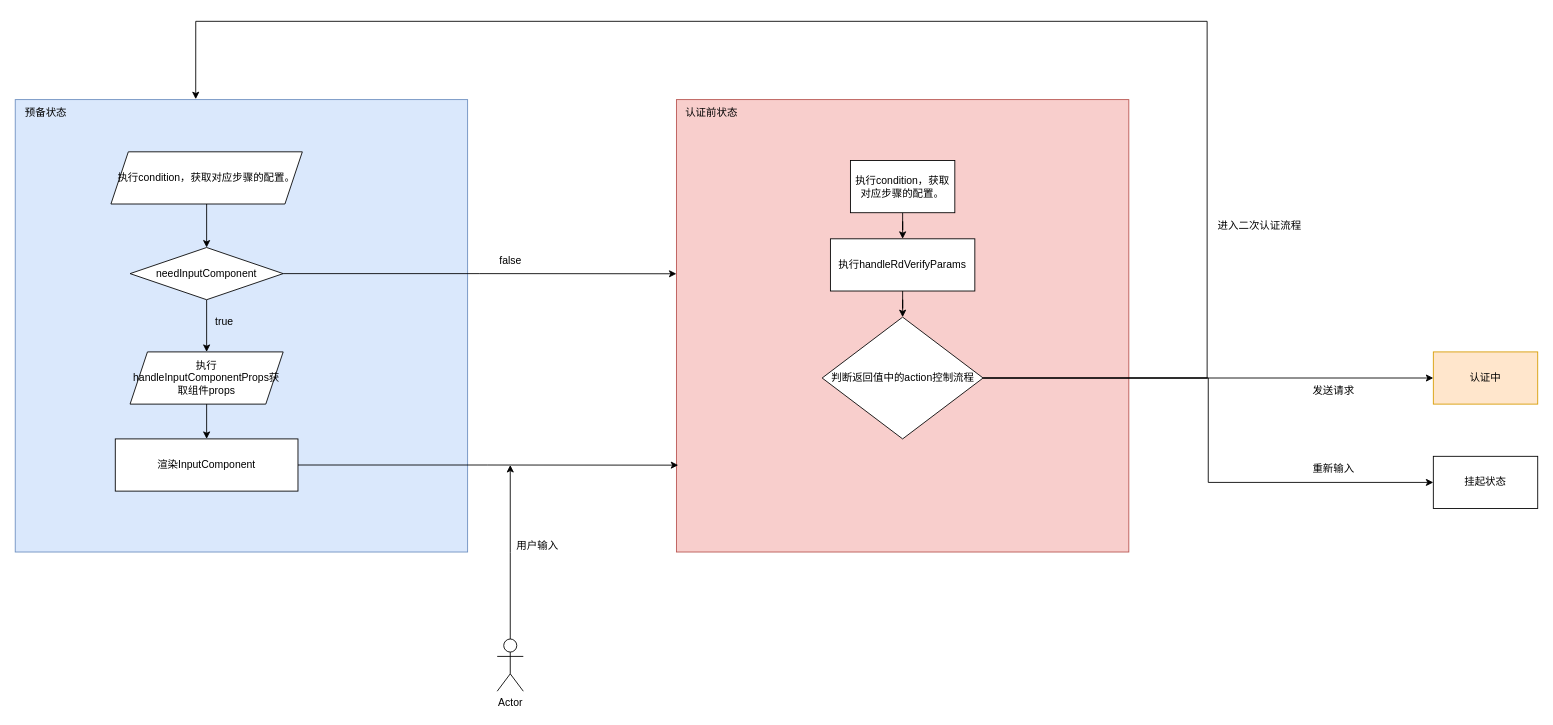
RexYao97/sfrex keeps this draw.io diagram as page "第 8 页" (8 of 11) of useVerify/状态机.drawio. Above is the earlier version. Source tidied: cells renumbered, new cells numbered last; positions are measured from the earlier drawing's top-left corner, leaving out a move shared by most shapes. Both pictures are drawn from the tidied source at 87%, with x=0, y=0 at pixel (15, 21).
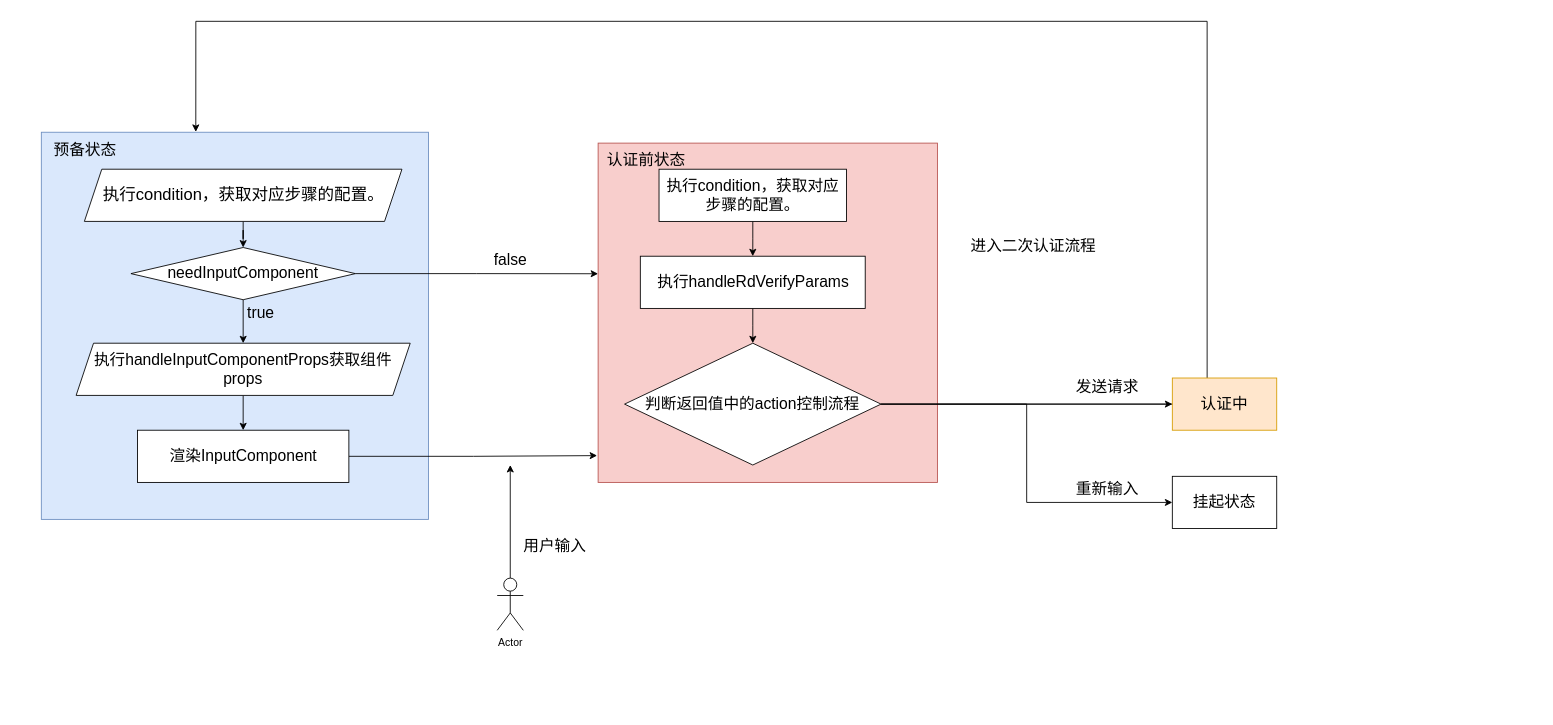
Above is the later version.

What changed in the source:
```diff
@@
     <mxCell id="2" style="whiteSpace=wrap;html=1;fillColor=#dae8fc;strokeColor=#6c8ebf;rounded=0;" parent="1" vertex="1">
-      <mxGeometry y="90" width="520" height="520" as="geometry" />
+      <mxGeometry x="30" y="127.5" width="445" height="445" as="geometry" />
     </mxCell>
-    <mxCell id="3" value="预备状态" style="text;html=1;align=center;verticalAlign=middle;strokeColor=none;fillColor=none;" parent="1" vertex="1">
-      <mxGeometry y="90" width="70" height="30" as="geometry" />
+    <mxCell id="3" value="预备状态" style="text;html=1;align=center;verticalAlign=middle;strokeColor=none;fillColor=none;fontSize=18;" parent="1" vertex="1">
+      <mxGeometry x="30" y="127.5" width="100" height="40" as="geometry" />
     </mxCell>
@@
-    <mxCell id="5" value="执行condition，获取对应步骤的配置。" style="rounded=0;whiteSpace=wrap;html=1;shape=parallelogram;perimeter=parallelogramPerimeter;fixedSize=1;" parent="1" vertex="1">
-      <mxGeometry x="110" y="150" width="220" height="60" as="geometry" />
+    <mxCell id="5" value="执行condition，获取对应步骤的配置。" style="rounded=0;whiteSpace=wrap;html=1;shape=parallelogram;perimeter=parallelogramPerimeter;fixedSize=1;fontSize=19;" parent="1" vertex="1">
+      <mxGeometry x="79.5" y="170" width="365" height="60" as="geometry" />
     </mxCell>
@@
-    <mxCell id="8" value="needInputComponent" style="whiteSpace=wrap;html=1;rounded=0;shape=rhombus;perimeter=rhombusPerimeter;" parent="1" vertex="1">
-      <mxGeometry x="132" y="260" width="176" height="60" as="geometry" />
+    <mxCell id="8" value="needInputComponent" style="whiteSpace=wrap;html=1;rounded=0;shape=rhombus;perimeter=rhombusPerimeter;fontSize=18;" parent="1" vertex="1">
+      <mxGeometry x="133" y="260" width="258" height="60" as="geometry" />
     </mxCell>
     <mxCell id="9" style="whiteSpace=wrap;html=1;fillColor=#f8cecc;strokeColor=#b85450;rounded=0;" parent="1" vertex="1">
-      <mxGeometry x="760" y="90" width="520" height="520" as="geometry" />
+      <mxGeometry x="670" y="140" width="390" height="390" as="geometry" />
     </mxCell>
-    <mxCell id="10" value="认证前状态" style="text;html=1;align=center;verticalAlign=middle;strokeColor=none;fillColor=none;" parent="1" vertex="1">
-      <mxGeometry x="760" y="90" width="80" height="30" as="geometry" />
+    <mxCell id="10" value="认证前状态" style="text;html=1;align=center;verticalAlign=middle;strokeColor=none;fillColor=none;fontSize=18;" parent="1" vertex="1">
+      <mxGeometry x="670" y="140" width="110" height="40" as="geometry" />
     </mxCell>
-    <mxCell id="11" style="edgeStyle=orthogonalEdgeStyle;rounded=0;jettySize=auto;html=1;entryX=0.5;entryY=0;entryDx=0;entryDy=0;" parent="1" edge="1" source="12" target="14">
+    <mxCell id="11" style="edgeStyle=orthogonalEdgeStyle;rounded=0;jettySize=auto;html=1;entryX=0.5;entryY=0;entryDx=0;entryDy=0;fontSize=18;" parent="1" edge="1" source="12" target="14">
       <mxGeometry relative="1" as="geometry" />
     </mxCell>
-    <mxCell id="12" value="执行condition，获取对应步骤的配置。" style="rounded=0;whiteSpace=wrap;html=1;" parent="1" vertex="1">
-      <mxGeometry x="960" y="160" width="120" height="60" as="geometry" />
+    <mxCell id="12" value="执行condition，获取对应步骤的配置。" style="rounded=0;whiteSpace=wrap;html=1;fontSize=18;" parent="1" vertex="1">
+      <mxGeometry x="740" y="170" width="215.5" height="60" as="geometry" />
     </mxCell>
-    <mxCell id="13" style="edgeStyle=orthogonalEdgeStyle;rounded=0;jettySize=auto;html=1;" parent="1" edge="1" source="14" target="27">
+    <mxCell id="13" style="edgeStyle=orthogonalEdgeStyle;rounded=0;jettySize=auto;html=1;fontSize=18;" parent="1" edge="1" source="14" target="27">
       <mxGeometry relative="1" as="geometry" />
     </mxCell>
-    <mxCell id="14" value="执行handleRdVerifyParams" style="whiteSpace=wrap;html=1;rounded=0;" parent="1" vertex="1">
-      <mxGeometry x="937" y="250" width="166" height="60" as="geometry" />
+    <mxCell id="14" value="执行handleRdVerifyParams" style="whiteSpace=wrap;html=1;rounded=0;fontSize=18;" parent="1" vertex="1">
+      <mxGeometry x="718.5" y="270" width="258.5" height="60" as="geometry" />
     </mxCell>
@@
-    <mxCell id="16" value="执行handleInputComponentProps获取组件props" style="whiteSpace=wrap;html=1;rounded=0;shape=parallelogram;perimeter=parallelogramPerimeter;fixedSize=1;" parent="1" vertex="1">
-      <mxGeometry x="132" y="380" width="176" height="60" as="geometry" />
+    <mxCell id="16" value="执行handleInputComponentProps获取组件props" style="whiteSpace=wrap;html=1;rounded=0;shape=parallelogram;perimeter=parallelogramPerimeter;fixedSize=1;fontSize=18;" parent="1" vertex="1">
+      <mxGeometry x="70" y="370" width="384" height="60" as="geometry" />
     </mxCell>
-    <mxCell id="17" value="true" style="text;html=1;align=center;verticalAlign=middle;strokeColor=none;fillColor=none;" parent="1" vertex="1">
-      <mxGeometry x="220" y="330" width="40" height="30" as="geometry" />
+    <mxCell id="17" value="true" style="text;html=1;align=center;verticalAlign=middle;strokeColor=none;fillColor=none;fontSize=18;" parent="1" vertex="1">
+      <mxGeometry x="257" y="315" width="50" height="40" as="geometry" />
     </mxCell>
-    <mxCell id="18" value="false" style="text;html=1;align=center;verticalAlign=middle;strokeColor=none;fillColor=none;" parent="1" vertex="1">
-      <mxGeometry x="544" y="260" width="50" height="30" as="geometry" />
+    <mxCell id="18" value="false" style="text;html=1;align=center;verticalAlign=middle;strokeColor=none;fillColor=none;fontSize=18;" parent="1" vertex="1">
+      <mxGeometry x="539" y="255" width="60" height="40" as="geometry" />
     </mxCell>
-    <mxCell id="19" style="edgeStyle=orthogonalEdgeStyle;rounded=0;jettySize=auto;html=1;entryX=0.004;entryY=0.808;entryDx=0;entryDy=0;entryPerimeter=0;" parent="1" edge="1" source="20" target="9">
+    <mxCell id="19" style="edgeStyle=orthogonalEdgeStyle;rounded=0;jettySize=auto;html=1;entryX=-0.003;entryY=0.921;entryDx=0;entryDy=0;entryPerimeter=0;" parent="1" edge="1" source="20" target="9">
       <mxGeometry relative="1" as="geometry" />
     </mxCell>
-    <mxCell id="20" value="渲染InputComponent" style="whiteSpace=wrap;html=1;rounded=0;" parent="1" vertex="1">
-      <mxGeometry x="115" y="480" width="210" height="60" as="geometry" />
+    <mxCell id="20" value="渲染InputComponent" style="whiteSpace=wrap;html=1;rounded=0;fontSize=18;" parent="1" vertex="1">
+      <mxGeometry x="140.5" y="470" width="243" height="60" as="geometry" />
     </mxCell>
@@
     <mxCell id="22" value="Actor" style="shape=umlActor;verticalLabelPosition=bottom;verticalAlign=top;html=1;outlineConnect=0;" parent="1" vertex="1">
-      <mxGeometry x="554" y="710" width="30" height="60" as="geometry" />
+      <mxGeometry x="554" y="640" width="30" height="60" as="geometry" />
     </mxCell>
-    <mxCell id="23" value="用户输入" style="text;html=1;align=center;verticalAlign=middle;strokeColor=none;fillColor=none;" parent="1" vertex="1">
-      <mxGeometry x="565" y="588" width="70" height="30" as="geometry" />
+    <mxCell id="23" value="用户输入" style="text;html=1;align=center;verticalAlign=middle;strokeColor=none;fillColor=none;fontSize=18;" parent="1" vertex="1">
+      <mxGeometry x="570" y="583" width="100" height="40" as="geometry" />
     </mxCell>
     <mxCell id="24" style="edgeStyle=orthogonalEdgeStyle;rounded=0;jettySize=auto;html=1;entryX=0.399;entryY=-0.001;entryDx=0;entryDy=0;entryPerimeter=0;" parent="1" edge="1" source="27" target="2">
       <mxGeometry relative="1" as="geometry">
         <Array as="points">
-          <mxPoint x="1370" y="410" />
+          <mxPoint x="1370" y="440" />
           <mxPoint x="1370" />
           <mxPoint x="208" />
         </Array>
       </mxGeometry>
     </mxCell>
@@
-    <mxCell id="27" value="判断返回值中的action控制流程" style="rhombus;whiteSpace=wrap;html=1;rounded=0;" parent="1" vertex="1">
-      <mxGeometry x="927.5" y="340" width="185" height="140" as="geometry" />
+    <mxCell id="27" value="判断返回值中的action控制流程" style="rhombus;whiteSpace=wrap;html=1;rounded=0;fontSize=18;" parent="1" vertex="1">
+      <mxGeometry x="700.4" y="370" width="294.8" height="140" as="geometry" />
     </mxCell>
-    <mxCell id="28" value="进入二次认证流程" style="text;html=1;align=center;verticalAlign=middle;strokeColor=none;fillColor=none;" parent="1" vertex="1">
-      <mxGeometry x="1370" y="220" width="120" height="30" as="geometry" />
+    <mxCell id="28" value="进入二次认证流程" style="text;html=1;align=center;verticalAlign=middle;strokeColor=none;fillColor=none;fontSize=18;" parent="1" vertex="1">
+      <mxGeometry x="1085" y="238" width="170" height="40" as="geometry" />
     </mxCell>
-    <mxCell id="29" value="发送请求" style="text;html=1;align=center;verticalAlign=middle;strokeColor=none;fillColor=none;" parent="1" vertex="1">
-      <mxGeometry x="1480" y="410" width="70" height="30" as="geometry" />
+    <mxCell id="29" value="发送请求" style="text;html=1;align=center;verticalAlign=middle;strokeColor=none;fillColor=none;fontSize=18;" parent="1" vertex="1">
+      <mxGeometry x="1205" y="400" width="100" height="40" as="geometry" />
     </mxCell>
-    <mxCell id="30" value="认证中" style="rounded=0;whiteSpace=wrap;html=1;fillColor=#ffe6cc;strokeColor=#d79b00;" parent="1" vertex="1">
-      <mxGeometry x="1630" y="380" width="120" height="60" as="geometry" />
+    <mxCell id="30" value="认证中" style="rounded=0;whiteSpace=wrap;html=1;fillColor=#ffe6cc;strokeColor=#d79b00;fontSize=18;" parent="1" vertex="1">
+      <mxGeometry x="1330" y="410" width="120" height="60" as="geometry" />
     </mxCell>
-    <mxCell id="31" value="挂起状态" style="rounded=0;whiteSpace=wrap;html=1;" parent="1" vertex="1">
-      <mxGeometry x="1630" y="500" width="120" height="60" as="geometry" />
+    <mxCell id="31" value="挂起状态" style="rounded=0;whiteSpace=wrap;html=1;fontSize=18;" parent="1" vertex="1">
+      <mxGeometry x="1330" y="523" width="120" height="60" as="geometry" />
     </mxCell>
-    <mxCell id="32" value="重新输入" style="text;html=1;align=center;verticalAlign=middle;strokeColor=none;fillColor=none;" parent="1" vertex="1">
-      <mxGeometry x="1480" y="500" width="70" height="30" as="geometry" />
+    <mxCell id="32" value="重新输入" style="text;html=1;align=center;verticalAlign=middle;strokeColor=none;fillColor=none;fontSize=18;" parent="1" vertex="1">
+      <mxGeometry x="1205" y="518" width="100" height="40" as="geometry" />
     </mxCell>
```
